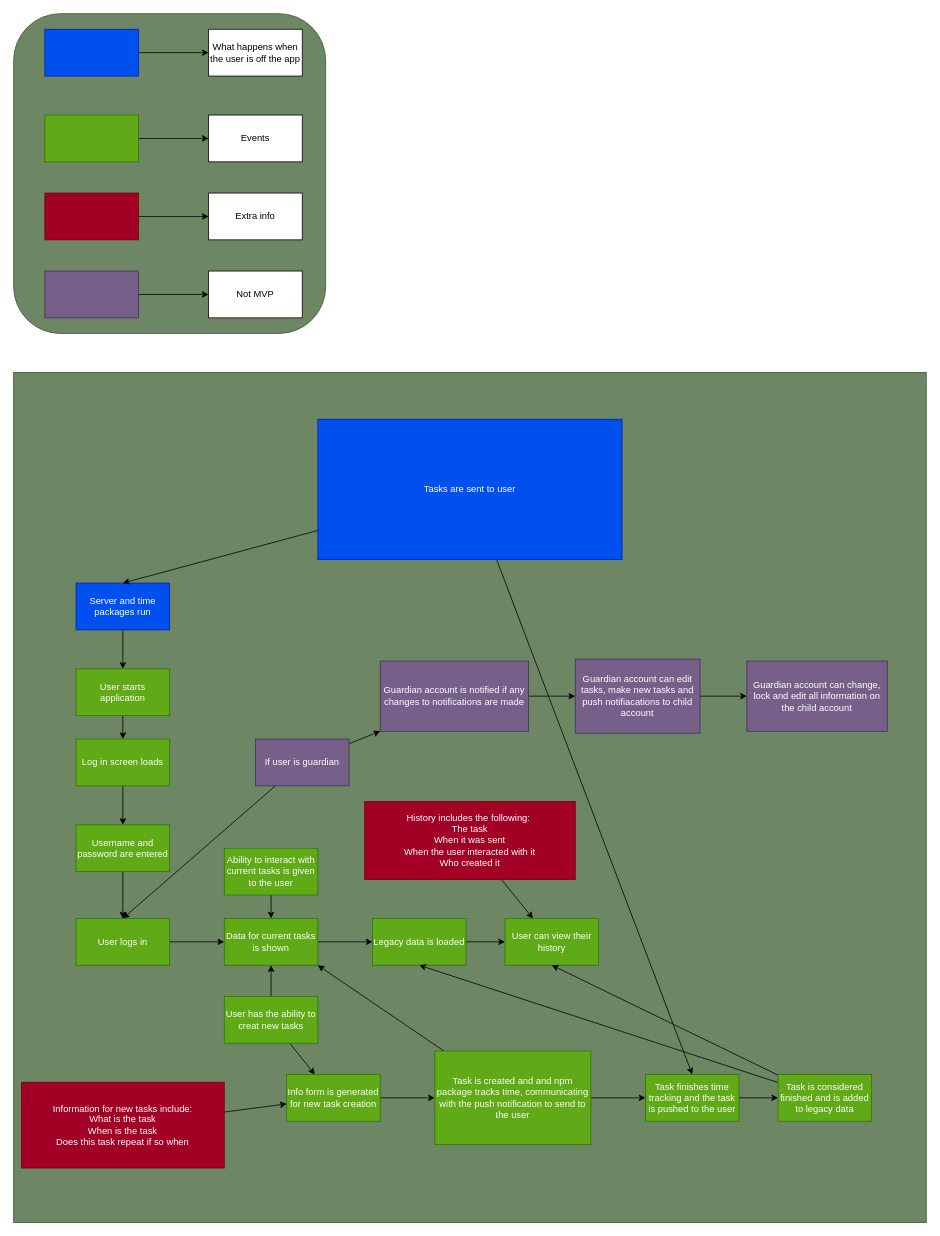
The draw.io diagram planning/Flowcharts/GeneralFlow.drawio in ccaitano/my-life, before the edit. Source tidied: cells renumbered, new cells numbered last; positions are measured from the earlier drawing's top-left corner, leaving out a move shared by most shapes. Both pictures are drawn from the tidied source at 78%, with x=0, y=0 at pixel (13, 13).
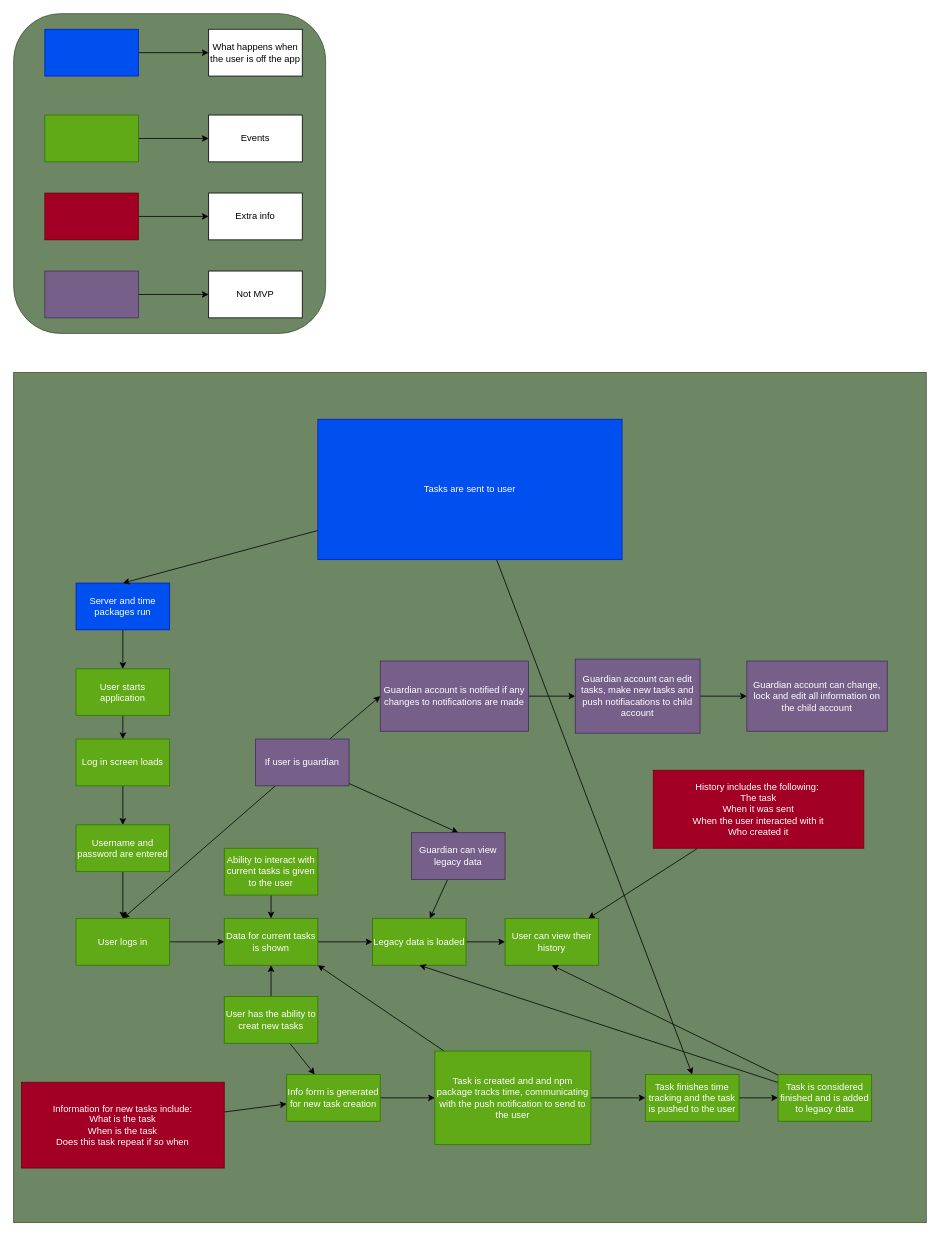
Above is the later version.

Commit message:
commiting little edit

Unchanged cells that the change refers to:
```xml
<mxCell id="7" value="Legacy data is loaded" style="rounded=0;whiteSpace=wrap;html=1;fillColor=#60a917;fontColor=#ffffff;strokeColor=#2D7600;" parent="1" vertex="1">
  <mxGeometry x="460" y="1160" width="120" height="60" as="geometry" />
</mxCell>
<mxCell id="46" value="Guardian account is notified if any changes to notifications are made" style="rounded=0;whiteSpace=wrap;html=1;fillColor=#76608a;fontColor=#ffffff;strokeColor=#432D57;" parent="1" vertex="1">
  <mxGeometry x="470" y="830" width="190" height="90" as="geometry" />
</mxCell>
<mxCell id="49" value="If user is guardian" style="rounded=0;whiteSpace=wrap;html=1;fillColor=#76608a;fontColor=#ffffff;strokeColor=#432D57;" parent="1" vertex="1">
  <mxGeometry x="310" y="930" width="120" height="60" as="geometry" />
</mxCell>
```

The edit, as a diff of the source:
```diff
@@
     <mxCell id="20" value="History includes the following:&amp;nbsp;&lt;br&gt;The task&lt;br&gt;When it was sent&lt;br&gt;When the user interacted with it&lt;br&gt;Who created it" style="rounded=0;whiteSpace=wrap;html=1;fillColor=#a20025;fontColor=#ffffff;strokeColor=#6F0000;" parent="1" vertex="1">
-      <mxGeometry x="450" y="1010" width="270" height="100" as="geometry" />
+      <mxGeometry x="820" y="970" width="270" height="100" as="geometry" />
     </mxCell>
@@
+    <mxCell id="61" style="edgeStyle=none;html=1;entryX=0.5;entryY=0;entryDx=0;entryDy=0;" parent="1" edge="1" source="49" target="63">
+      <mxGeometry relative="1" as="geometry" />
+    </mxCell>
-    <mxCell id="48" style="edgeStyle=none;html=1;entryX=0;entryY=1;entryDx=0;entryDy=0;" parent="1" edge="1" source="49" target="46">
+    <mxCell id="48" style="edgeStyle=none;html=1;entryX=0;entryY=0.5;entryDx=0;entryDy=0;" parent="1" edge="1" source="49" target="46">
       <mxGeometry relative="1" as="geometry" />
     </mxCell>
@@
+    <mxCell id="62" style="edgeStyle=none;html=1;" parent="1" edge="1" source="63" target="7">
+      <mxGeometry relative="1" as="geometry" />
+    </mxCell>
+    <mxCell id="63" value="Guardian can view legacy data" style="rounded=0;whiteSpace=wrap;html=1;fillColor=#76608a;fontColor=#ffffff;strokeColor=#432D57;" parent="1" vertex="1">
+      <mxGeometry x="510" y="1050" width="120" height="60" as="geometry" />
+    </mxCell>
```
